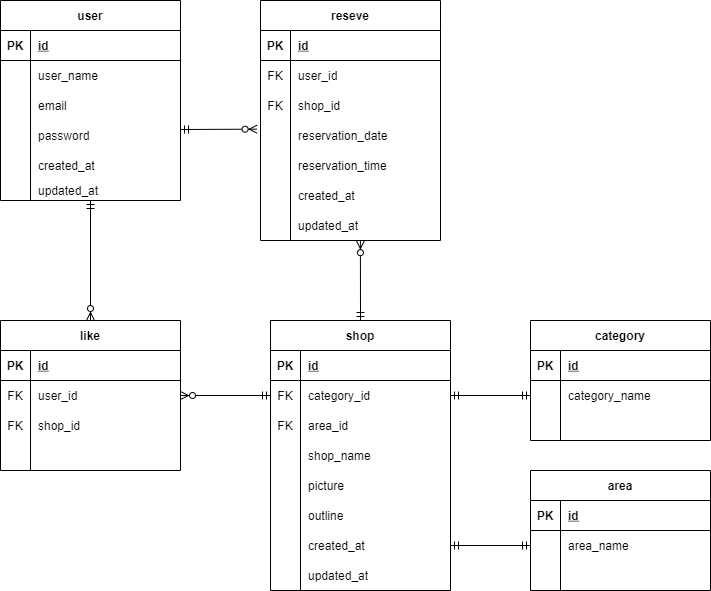
Above: 20210920.drawio.png in ryo0709/20210920_er.png (draw.io), before the change. Source tidied: cells renumbered, new cells last; positions are measured from the earlier drawing's top-left corner, leaving out a move shared by most shapes.
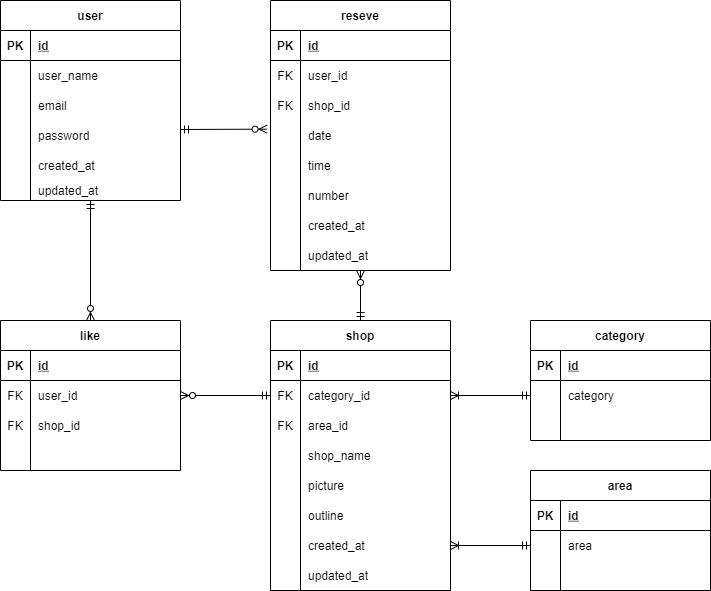
The same file after the commit.

What changed in the source:
```diff
@@ -1,4 +1,4 @@
-<mxGraphModel>
+<mxGraphModel shadow="1">
   <root>
     <mxCell id="0" />
     <mxCell id="1" parent="0" />
@@ -60,7 +60,7 @@
       <mxGeometry x="30" width="150" height="20" as="geometry" />
     </mxCell>
     <mxCell id="21" value="reseve" style="shape=table;startSize=30;rowLines=0;fontStyle=1;align=center;" parent="1" vertex="1">
-      <mxGeometry x="260" width="180" height="240" as="geometry" />
+      <mxGeometry x="270" width="180" height="270" as="geometry" />
     </mxCell>
     <mxCell id="22" style="shape=partialRectangle;fillColor=none;top=0;left=0;bottom=1;right=0;" parent="21" vertex="1">
       <mxGeometry y="30" width="180" height="30" as="geometry" />
@@ -95,7 +95,7 @@
     <mxCell id="32" style="shape=partialRectangle;fillColor=none;top=0;left=0;bottom=0;right=0;overflow=hidden;" parent="31" vertex="1">
       <mxGeometry width="30" height="30" as="geometry" />
     </mxCell>
-    <mxCell id="33" value="reservation_date" style="shape=partialRectangle;fillColor=none;top=0;left=0;bottom=0;right=0;align=left;spacingLeft=6;overflow=hidden;" parent="31" vertex="1">
+    <mxCell id="33" value="date" style="shape=partialRectangle;fillColor=none;top=0;left=0;bottom=0;right=0;align=left;spacingLeft=6;overflow=hidden;" parent="31" vertex="1">
       <mxGeometry x="30" width="150" height="30" as="geometry" />
     </mxCell>
     <mxCell id="34" style="shape=partialRectangle;fillColor=none;top=0;left=0;bottom=0;right=0;" parent="21" vertex="1">
@@ -104,7 +104,7 @@
     <mxCell id="35" style="shape=partialRectangle;fillColor=none;top=0;left=0;bottom=0;right=0;overflow=hidden;" parent="34" vertex="1">
       <mxGeometry width="30" height="30" as="geometry" />
     </mxCell>
-    <mxCell id="36" value="reservation_time" style="shape=partialRectangle;fillColor=none;top=0;left=0;bottom=0;right=0;align=left;spacingLeft=6;overflow=hidden;" parent="34" vertex="1">
+    <mxCell id="36" value="time" style="shape=partialRectangle;fillColor=none;top=0;left=0;bottom=0;right=0;align=left;spacingLeft=6;overflow=hidden;" parent="34" vertex="1">
       <mxGeometry x="30" width="150" height="30" as="geometry" />
     </mxCell>
     <mxCell id="37" style="shape=partialRectangle;fillColor=none;top=0;left=0;bottom=0;right=0;" parent="21" vertex="1">
@@ -113,7 +113,7 @@
     <mxCell id="38" style="shape=partialRectangle;fillColor=none;top=0;left=0;bottom=0;right=0;overflow=hidden;" parent="37" vertex="1">
       <mxGeometry width="30" height="30" as="geometry" />
     </mxCell>
-    <mxCell id="39" value="created_at" style="shape=partialRectangle;fillColor=none;top=0;left=0;bottom=0;right=0;align=left;spacingLeft=6;overflow=hidden;" parent="37" vertex="1">
+    <mxCell id="39" value="number" style="shape=partialRectangle;fillColor=none;top=0;left=0;bottom=0;right=0;align=left;spacingLeft=6;overflow=hidden;" parent="37" vertex="1">
       <mxGeometry x="30" width="150" height="30" as="geometry" />
     </mxCell>
     <mxCell id="40" style="shape=partialRectangle;fillColor=none;top=0;left=0;bottom=0;right=0;points=[[0,0.5],[1,0.5]];portConstraint=eastwest;" parent="21" vertex="1">
@@ -122,9 +122,18 @@
     <mxCell id="41" style="shape=partialRectangle;fillColor=none;top=0;left=0;bottom=0;right=0;overflow=hidden;" parent="40" vertex="1">
       <mxGeometry width="30" height="30" as="geometry" />
     </mxCell>
-    <mxCell id="42" value="updated_at" style="shape=partialRectangle;fillColor=none;top=0;left=0;bottom=0;right=0;align=left;spacingLeft=6;overflow=hidden;" parent="40" vertex="1">
+    <mxCell id="42" value="created_at" style="shape=partialRectangle;fillColor=none;top=0;left=0;bottom=0;right=0;align=left;spacingLeft=6;overflow=hidden;" parent="40" vertex="1">
       <mxGeometry x="30" width="150" height="30" as="geometry" />
     </mxCell>
+    <mxCell id="107" style="shape=partialRectangle;fillColor=none;top=0;left=0;bottom=0;right=0;" parent="21" vertex="1">
+      <mxGeometry y="240" width="180" height="30" as="geometry" />
+    </mxCell>
+    <mxCell id="108" style="shape=partialRectangle;fillColor=none;top=0;left=0;bottom=0;right=0;overflow=hidden;" parent="107" vertex="1">
+      <mxGeometry width="30" height="30" as="geometry" />
+    </mxCell>
+    <mxCell id="109" value="updated_at" style="shape=partialRectangle;fillColor=none;top=0;left=0;bottom=0;right=0;align=left;spacingLeft=6;overflow=hidden;" parent="107" vertex="1">
+      <mxGeometry x="30" width="150" height="30" as="geometry" />
+    </mxCell>
     <mxCell id="43" value="shop" style="shape=table;startSize=30;rowLines=0;fontStyle=1;align=center;" parent="1" vertex="1">
       <mxGeometry x="270" y="320" width="180" height="270" as="geometry" />
     </mxCell>
@@ -218,7 +227,7 @@
     <mxCell id="73" value=" " style="shape=partialRectangle;fillColor=none;top=0;left=0;bottom=0;right=0;overflow=hidden;" parent="72" vertex="1">
       <mxGeometry width="30" height="30" as="geometry" />
     </mxCell>
-    <mxCell id="74" value="area_name" style="shape=partialRectangle;fillColor=none;top=0;left=0;bottom=0;right=0;align=left;spacingLeft=6;overflow=hidden;" parent="72" vertex="1">
+    <mxCell id="74" value="area" style="shape=partialRectangle;fillColor=none;top=0;left=0;bottom=0;right=0;align=left;spacingLeft=6;overflow=hidden;" parent="72" vertex="1">
       <mxGeometry x="30" width="150" height="30" as="geometry" />
     </mxCell>
     <mxCell id="75" style="shape=partialRectangle;fillColor=none;top=0;left=0;bottom=0;right=0;" parent="68" vertex="1">
@@ -287,7 +296,7 @@
     <mxCell id="96" style="shape=partialRectangle;fillColor=none;top=0;left=0;bottom=0;right=0;overflow=hidden;" parent="95" vertex="1">
       <mxGeometry width="30" height="30" as="geometry" />
     </mxCell>
-    <mxCell id="97" value="category_name" style="shape=partialRectangle;fillColor=none;top=0;left=0;bottom=0;right=0;align=left;spacingLeft=6;overflow=hidden;" parent="95" vertex="1">
+    <mxCell id="97" value="category" style="shape=partialRectangle;fillColor=none;top=0;left=0;bottom=0;right=0;align=left;spacingLeft=6;overflow=hidden;" parent="95" vertex="1">
       <mxGeometry x="30" width="150" height="30" as="geometry" />
     </mxCell>
     <mxCell id="98" style="shape=partialRectangle;fillColor=none;top=0;left=0;bottom=0;right=0;" parent="91" vertex="1">
@@ -305,14 +314,16 @@
     <mxCell id="102" style="endArrow=ERzeroToMany;html=1;rounded=0;startArrow=ERmandOne;startFill=0;endFill=1;exitX=0;exitY=0.5;exitDx=0;exitDy=0;entryX=1;entryY=0.5;entryDx=0;entryDy=0;" parent="1" edge="1" source="47" target="82">
       <mxGeometry relative="1" as="geometry" />
     </mxCell>
-    <mxCell id="103" style="endArrow=ERmandOne;html=1;rounded=0;entryX=0;entryY=0.5;entryDx=0;entryDy=0;startArrow=ERmandOne;startFill=0;endFill=0;exitX=1;exitY=0.5;exitDx=0;exitDy=0;" parent="1" edge="1" source="62" target="72">
+    <mxCell id="103" style="endArrow=ERmandOne;html=1;rounded=0;entryX=0;entryY=0.5;entryDx=0;entryDy=0;startArrow=ERoneToMany;startFill=0;endFill=0;exitX=1;exitY=0.5;exitDx=0;exitDy=0;" parent="1" edge="1" source="62" target="72">
       <mxGeometry relative="1" as="geometry" />
     </mxCell>
-    <mxCell id="104" style="endArrow=ERmandOne;html=1;rounded=0;entryX=0;entryY=0.5;entryDx=0;entryDy=0;startArrow=ERmandOne;startFill=0;endFill=0;exitX=1;exitY=0.5;exitDx=0;exitDy=0;" parent="1" edge="1" source="47" target="95">
+    <mxCell id="104" style="endArrow=ERmandOne;html=1;rounded=0;entryX=0;entryY=0.5;entryDx=0;entryDy=0;startArrow=ERoneToMany;startFill=0;endFill=0;exitX=1;exitY=0.5;exitDx=0;exitDy=0;" parent="1" edge="1" source="47" target="95">
       <mxGeometry relative="1" as="geometry" />
     </mxCell>
-    <mxCell id="105" style="endArrow=ERmandOne;html=1;rounded=0;entryX=0.5;entryY=0;entryDx=0;entryDy=0;startArrow=ERzeroToMany;startFill=1;endFill=0;exitX=0.555;exitY=1.006;exitDx=0;exitDy=0;exitPerimeter=0;" parent="1" edge="1" source="40" target="43">
-      <mxGeometry relative="1" as="geometry" />
+    <mxCell id="105" style="endArrow=ERmandOne;html=1;rounded=0;startArrow=ERzeroToMany;startFill=1;endFill=0;entryX=0.5;entryY=0;entryDx=0;entryDy=0;" parent="1" edge="1" target="43">
+      <mxGeometry relative="1" as="geometry">
+        <mxPoint x="360" y="270" as="sourcePoint" />
+      </mxGeometry>
     </mxCell>
     <mxCell id="106" style="endArrow=ERzeroToMany;html=1;rounded=0;startArrow=ERmandOne;startFill=0;endFill=1;entryX=-0.019;entryY=0.289;entryDx=0;entryDy=0;entryPerimeter=0;" parent="1" edge="1" target="31">
       <mxGeometry relative="1" as="geometry">
```
